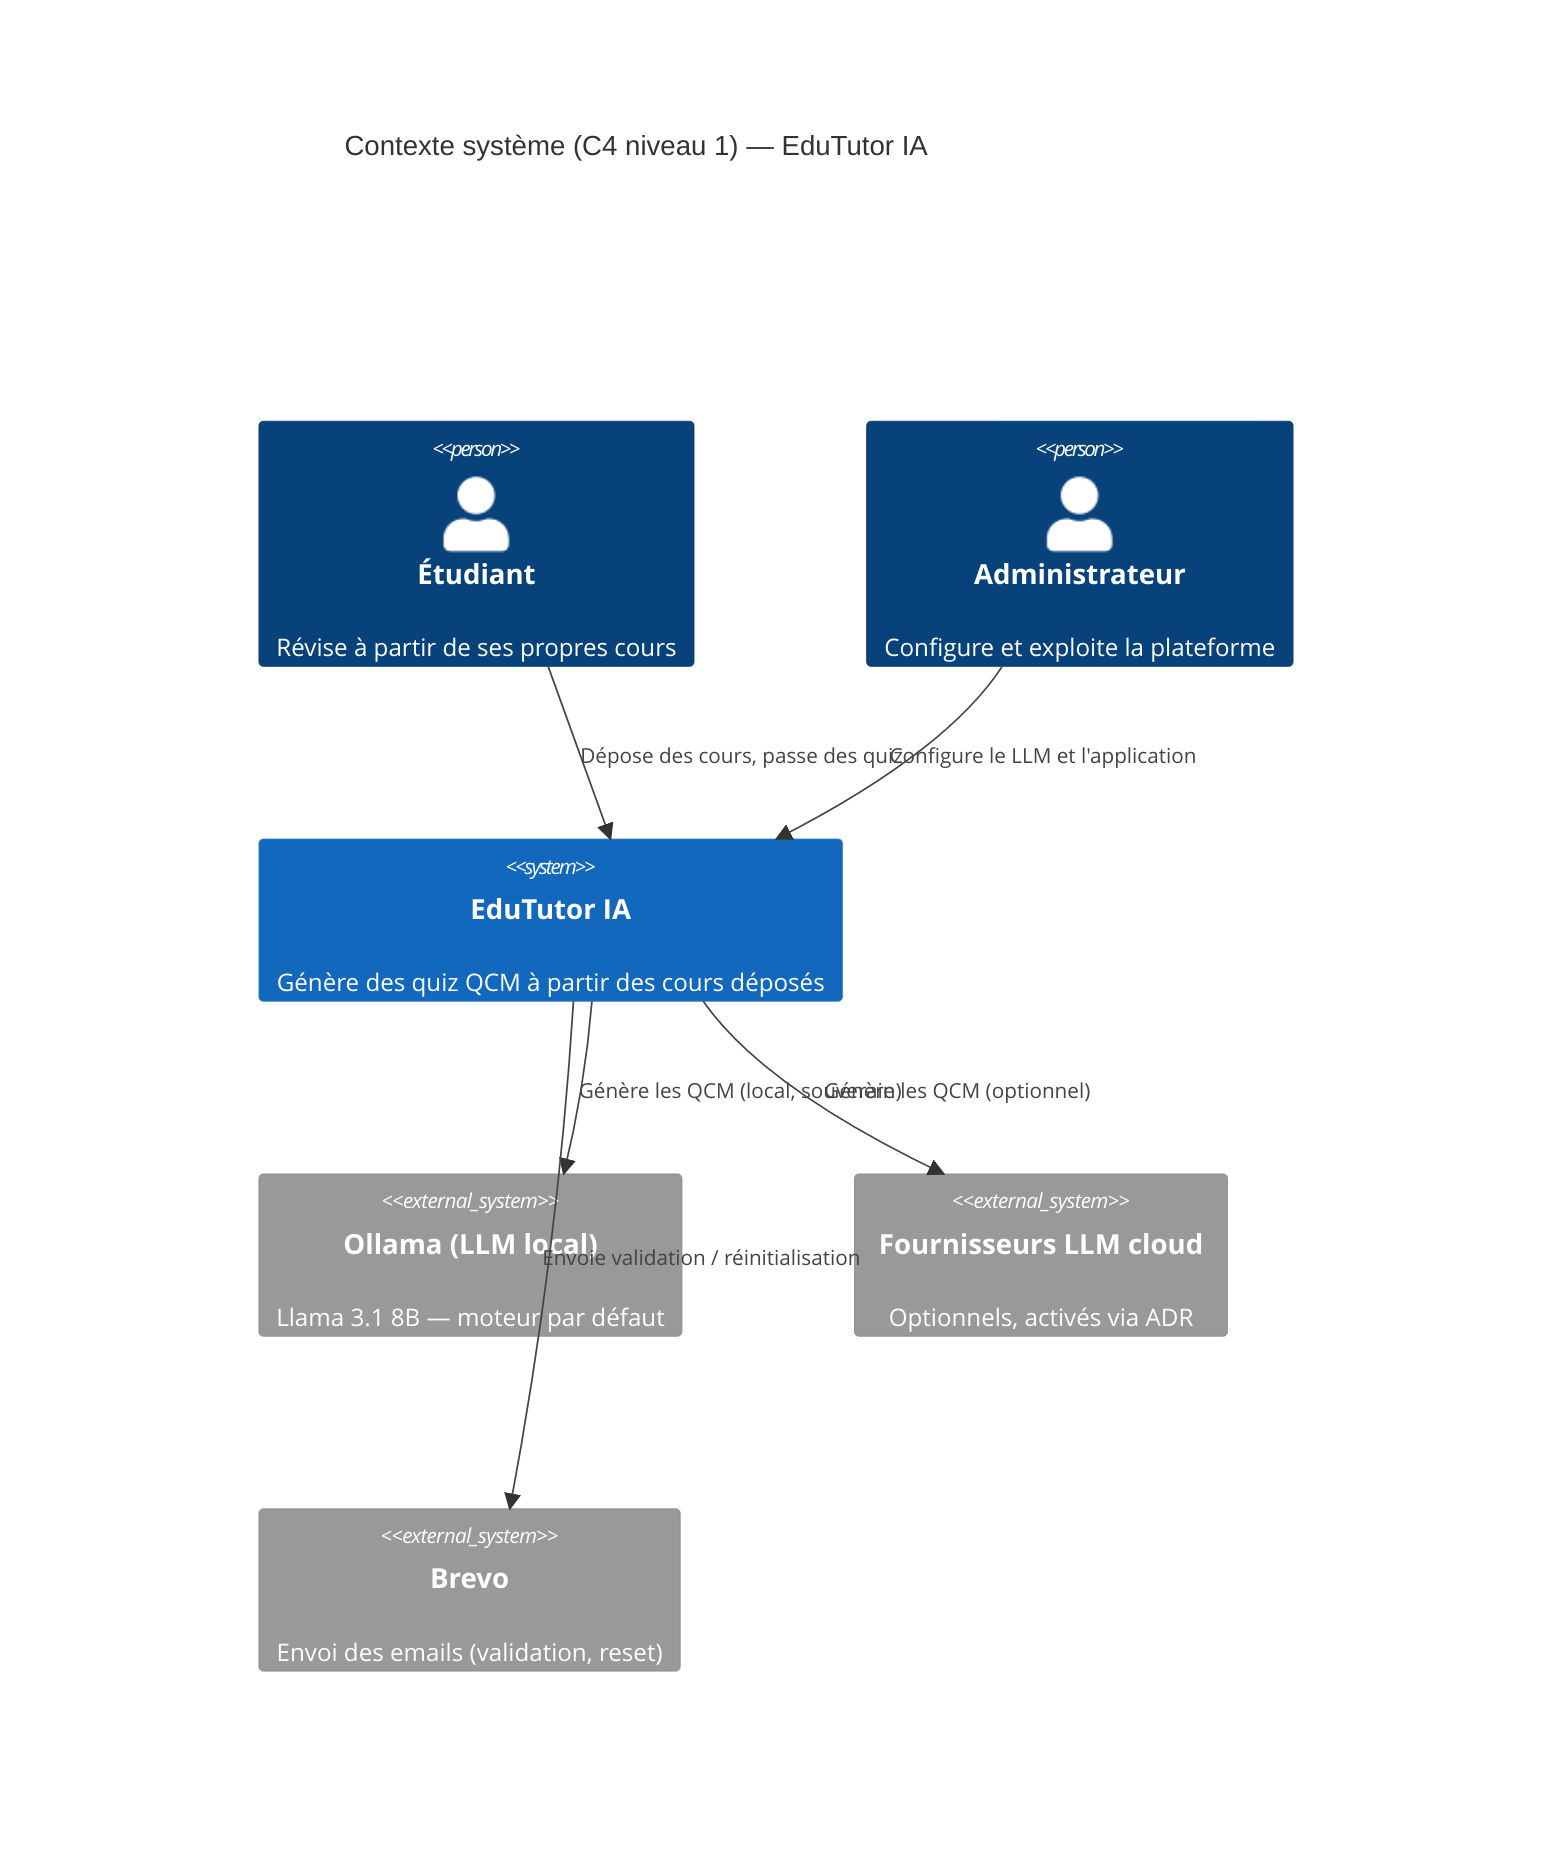
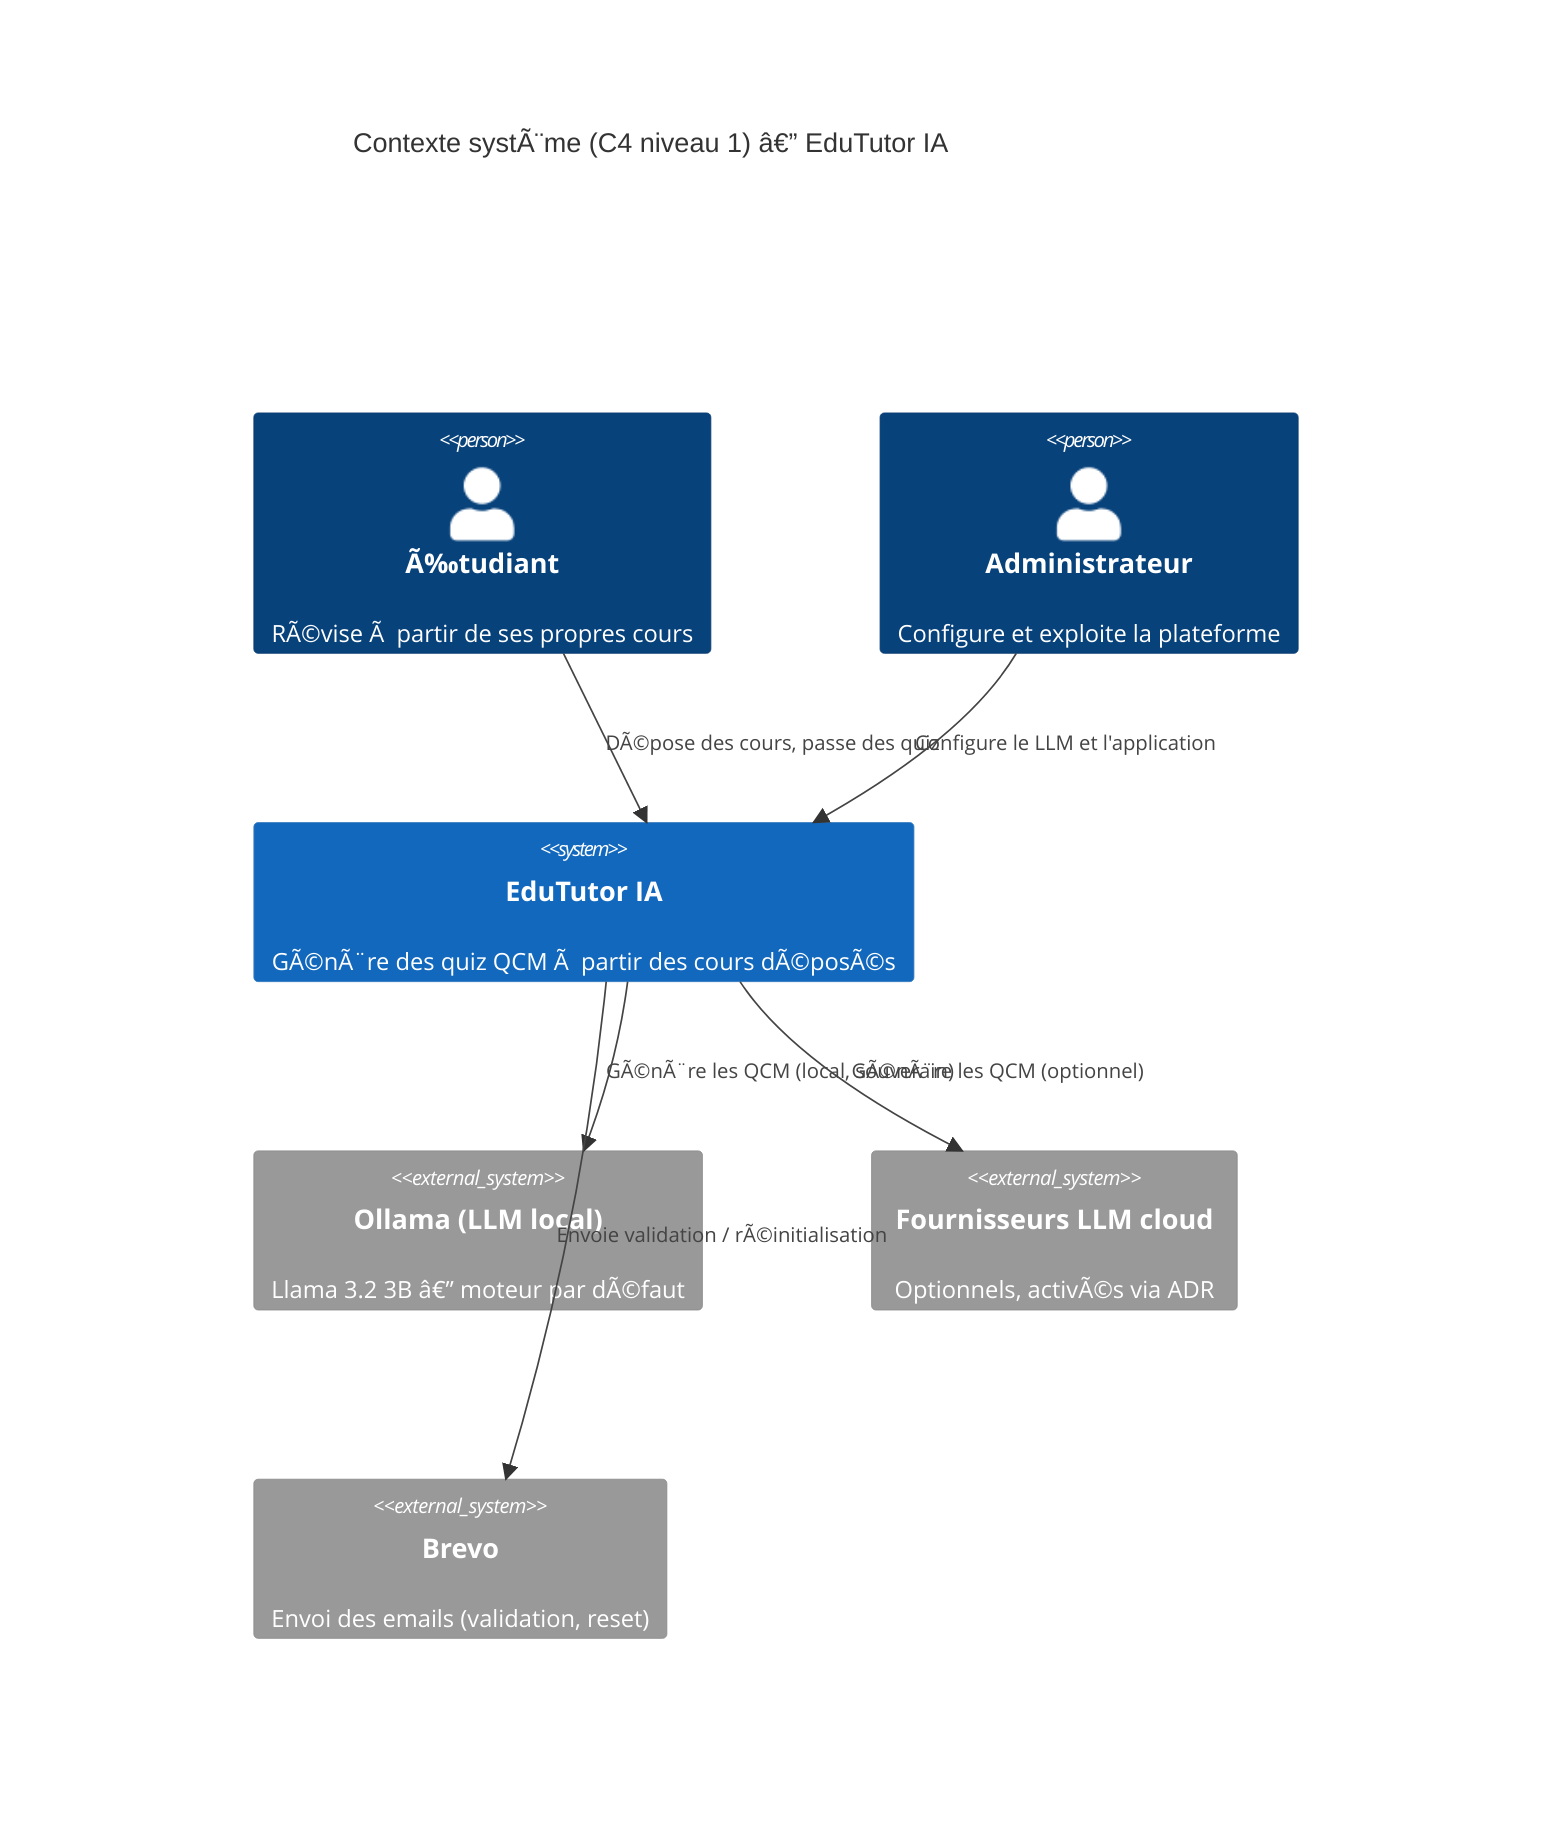
- %% C4 niveau 1 — Diagramme de contexte (EduTutor IA)
+ %% C4 niveau 1 â€” Diagramme de contexte (EduTutor IA)
C4Context
-   title Contexte système (C4 niveau 1) — EduTutor IA
-   Person(etudiant, "Étudiant", "Révise à partir de ses propres cours")
+   title Contexte systÃ¨me (C4 niveau 1) â€” EduTutor IA
+   Person(etudiant, "Ã‰tudiant", "RÃ©vise Ã  partir de ses propres cours")
  Person(admin, "Administrateur", "Configure et exploite la plateforme")
-   System(edututor, "EduTutor IA", "Génère des quiz QCM à partir des cours déposés")
-   System_Ext(ollama, "Ollama (LLM local)", "Llama 3.1 8B — moteur par défaut")
-   System_Ext(cloud, "Fournisseurs LLM cloud", "Optionnels, activés via ADR")
+   System(edututor, "EduTutor IA", "GÃ©nÃ¨re des quiz QCM Ã  partir des cours dÃ©posÃ©s")
+   System_Ext(ollama, "Ollama (LLM local)", "Llama 3.2 3B â€” moteur par dÃ©faut")
+   System_Ext(cloud, "Fournisseurs LLM cloud", "Optionnels, activÃ©s via ADR")
  System_Ext(brevo, "Brevo", "Envoi des emails (validation, reset)")

-   Rel(etudiant, edututor, "Dépose des cours, passe des quiz")
+   Rel(etudiant, edututor, "DÃ©pose des cours, passe des quiz")
  Rel(admin, edututor, "Configure le LLM et l'application")
-   Rel(edututor, ollama, "Génère les QCM (local, souverain)")
-   Rel(edututor, cloud, "Génère les QCM (optionnel)")
-   Rel(edututor, brevo, "Envoie validation / réinitialisation")
+   Rel(edututor, ollama, "GÃ©nÃ¨re les QCM (local, souverain)")
+   Rel(edututor, cloud, "GÃ©nÃ¨re les QCM (optionnel)")
+   Rel(edututor, brevo, "Envoie validation / rÃ©initialisation")
